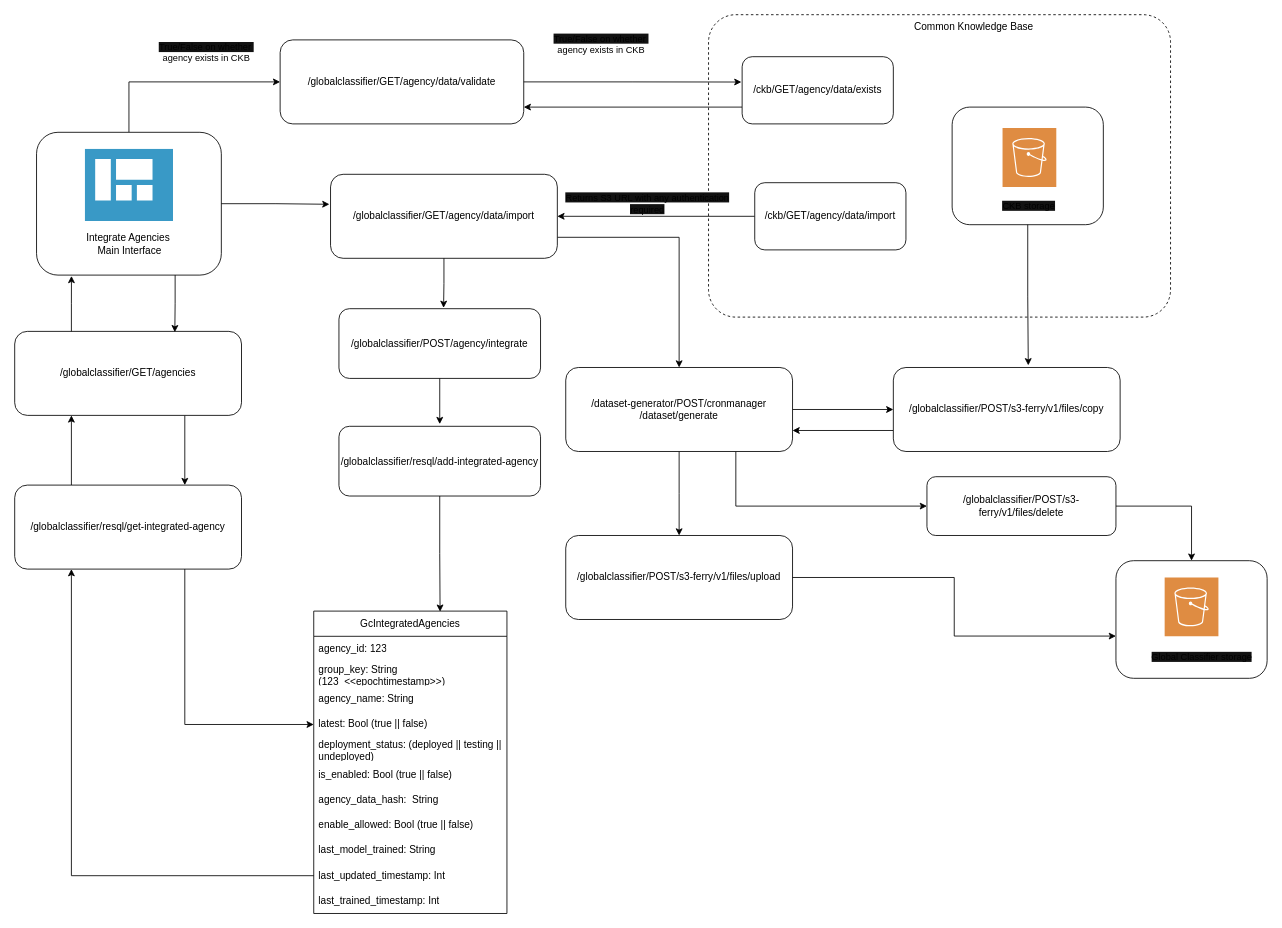
Above: page "Add-Datasource-Flow" (1 of 3) of docs/achitecture/global-classifier-dataset-pipeline-architecture.drawio in ckittask/Global-Classifier (draw.io), before the change. Source tidied: cells renumbered, new cells numbered last; positions are measured from the earlier drawing's top-left corner, leaving out a move shared by most shapes. Both pictures are drawn from the tidied source at 84%, with x=0, y=0 at pixel (14, 14).
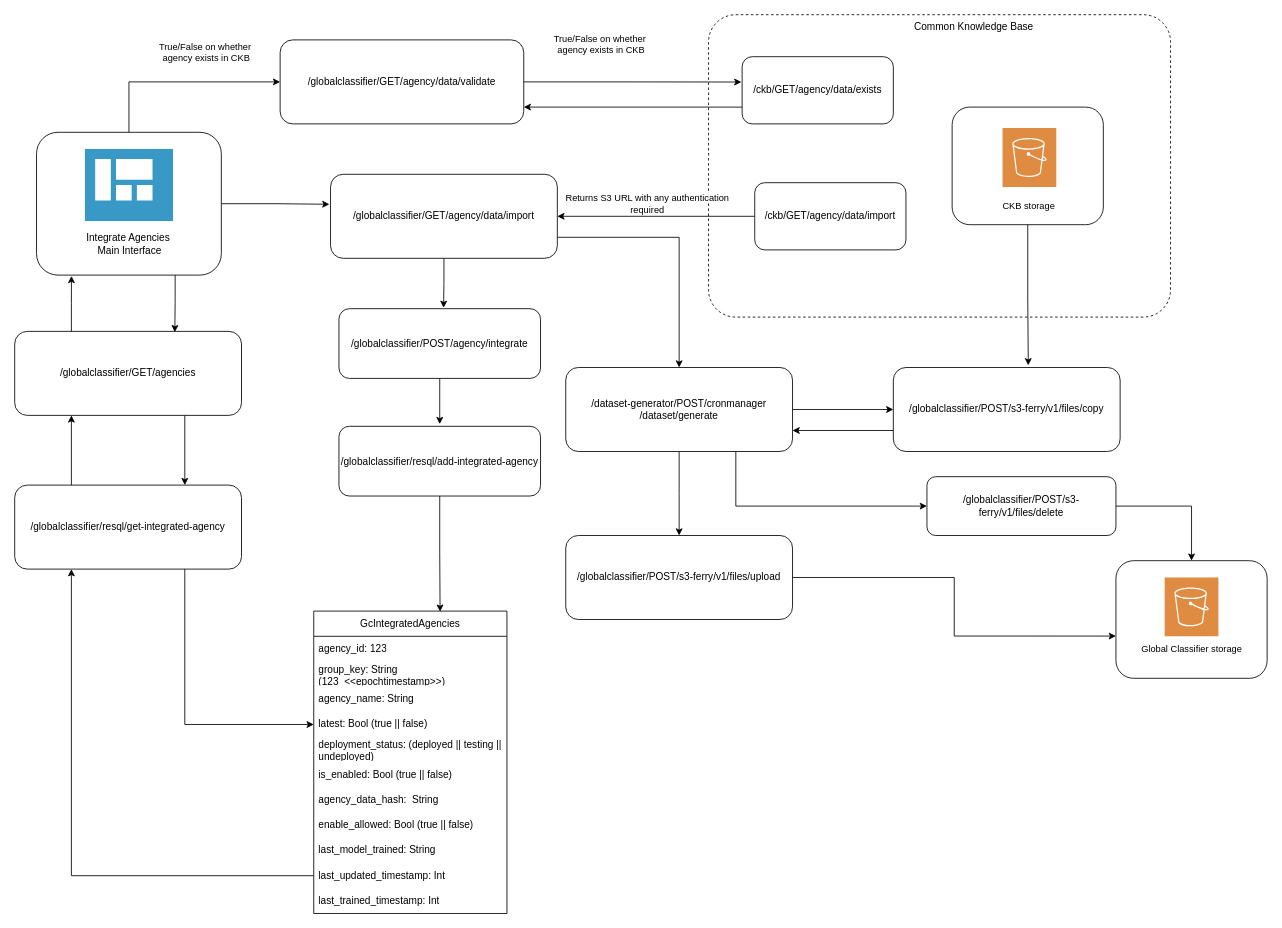
The same diagram, later.

What changed in the source:
```diff
@@
-    <mxCell id="13" value="&lt;span style=&quot;font-size: 11px; text-wrap-mode: nowrap; background-color: rgb(18, 18, 18);&quot;&gt;True/False on whether&amp;nbsp;&lt;/span&gt;&lt;div style=&quot;font-size: 11px; text-wrap-mode: nowrap;&quot;&gt;agency exists in CKB&lt;/div&gt;" style="text;html=1;align=center;verticalAlign=middle;whiteSpace=wrap;rounded=0;" parent="1" vertex="1">
+    <mxCell id="13" value="&lt;span style=&quot;font-size: 11px; text-wrap-mode: nowrap; background-color: light-dark(#ffffff, var(--ge-dark-color, #121212));&quot;&gt;True/False on whether&amp;nbsp;&lt;/span&gt;&lt;div style=&quot;font-size: 11px; text-wrap-mode: nowrap;&quot;&gt;&lt;span style=&quot;background-color: light-dark(#ffffff, var(--ge-dark-color, #121212));&quot;&gt;agency exists in CKB&lt;/span&gt;&lt;/div&gt;" style="text;html=1;align=center;verticalAlign=middle;whiteSpace=wrap;rounded=0;" parent="1" vertex="1">
       <mxGeometry x="156" y="30" width="145" height="30" as="geometry" />
     </mxCell>
@@
-    <mxCell id="17" value="&lt;span style=&quot;font-size: 11px; text-wrap-mode: nowrap; background-color: rgb(18, 18, 18);&quot;&gt;True/False on whether&amp;nbsp;&lt;/span&gt;&lt;div style=&quot;font-size: 11px; text-wrap-mode: nowrap;&quot;&gt;agency exists in CKB&lt;/div&gt;" style="text;html=1;align=center;verticalAlign=middle;whiteSpace=wrap;rounded=0;" parent="1" vertex="1">
+    <mxCell id="17" value="&lt;span style=&quot;font-size: 11px; text-wrap-mode: nowrap; background-color: light-dark(#ffffff, var(--ge-dark-color, #121212));&quot;&gt;True/False on whether&amp;nbsp;&lt;/span&gt;&lt;div style=&quot;font-size: 11px; text-wrap-mode: nowrap;&quot;&gt;&lt;span style=&quot;background-color: light-dark(#ffffff, var(--ge-dark-color, #121212));&quot;&gt;agency exists in CKB&lt;/span&gt;&lt;/div&gt;" style="text;html=1;align=center;verticalAlign=middle;whiteSpace=wrap;rounded=0;" parent="1" vertex="1">
       <mxGeometry x="626" y="20" width="145" height="30" as="geometry" />
     </mxCell>
@@
-    <mxCell id="20" value="&lt;span style=&quot;font-size: 11px; text-wrap-mode: nowrap; background-color: rgb(18, 18, 18);&quot;&gt;CKB storage&lt;/span&gt;" style="text;html=1;align=center;verticalAlign=middle;whiteSpace=wrap;rounded=0;" parent="1" vertex="1">
+    <mxCell id="20" value="&lt;span style=&quot;font-size: 11px; text-wrap-mode: nowrap;&quot;&gt;CKB storage&lt;/span&gt;" style="text;html=1;align=center;verticalAlign=middle;whiteSpace=wrap;rounded=0;" parent="1" vertex="1">
       <mxGeometry x="1134.5" y="213" width="145" height="30" as="geometry" />
     </mxCell>
-    <mxCell id="21" value="&lt;div style=&quot;font-size: 11px; text-wrap-mode: nowrap;&quot;&gt;&lt;span style=&quot;background-color: rgb(18, 18, 18);&quot;&gt;Returns S3 URL with any authentication&lt;/span&gt;&lt;/div&gt;&lt;div style=&quot;font-size: 11px; text-wrap-mode: nowrap;&quot;&gt;&lt;span style=&quot;background-color: rgb(18, 18, 18);&quot;&gt;required&lt;/span&gt;&lt;/div&gt;" style="text;html=1;align=center;verticalAlign=middle;whiteSpace=wrap;rounded=0;" parent="1" vertex="1">
+    <mxCell id="21" value="&lt;div style=&quot;font-size: 11px; text-wrap-mode: nowrap;&quot;&gt;&lt;span style=&quot;background-color: light-dark(#ffffff, var(--ge-dark-color, #121212));&quot;&gt;Returns S3 URL with any authentication&lt;/span&gt;&lt;/div&gt;&lt;div style=&quot;font-size: 11px; text-wrap-mode: nowrap;&quot;&gt;&lt;span style=&quot;background-color: light-dark(#ffffff, var(--ge-dark-color, #121212));&quot;&gt;required&lt;/span&gt;&lt;/div&gt;" style="text;html=1;align=center;verticalAlign=middle;whiteSpace=wrap;rounded=0;" parent="1" vertex="1">
       <mxGeometry x="681" y="210" width="145" height="30" as="geometry" />
     </mxCell>
@@
-    <mxCell id="31" value="&lt;span style=&quot;font-size: 11px; text-wrap-mode: nowrap; background-color: rgb(18, 18, 18);&quot;&gt;Global Classifier storage&lt;/span&gt;" style="text;html=1;align=center;verticalAlign=middle;whiteSpace=wrap;rounded=0;" parent="1" vertex="1">
-      <mxGeometry x="1341" y="750" width="145" height="30" as="geometry" />
+    <mxCell id="31" value="&lt;span style=&quot;font-size: 11px; text-wrap-mode: nowrap;&quot;&gt;Global Classifier storage&lt;/span&gt;" style="text;html=1;align=center;verticalAlign=middle;whiteSpace=wrap;rounded=0;" parent="1" vertex="1">
+      <mxGeometry x="1328.5" y="740" width="145" height="30" as="geometry" />
     </mxCell>
```
